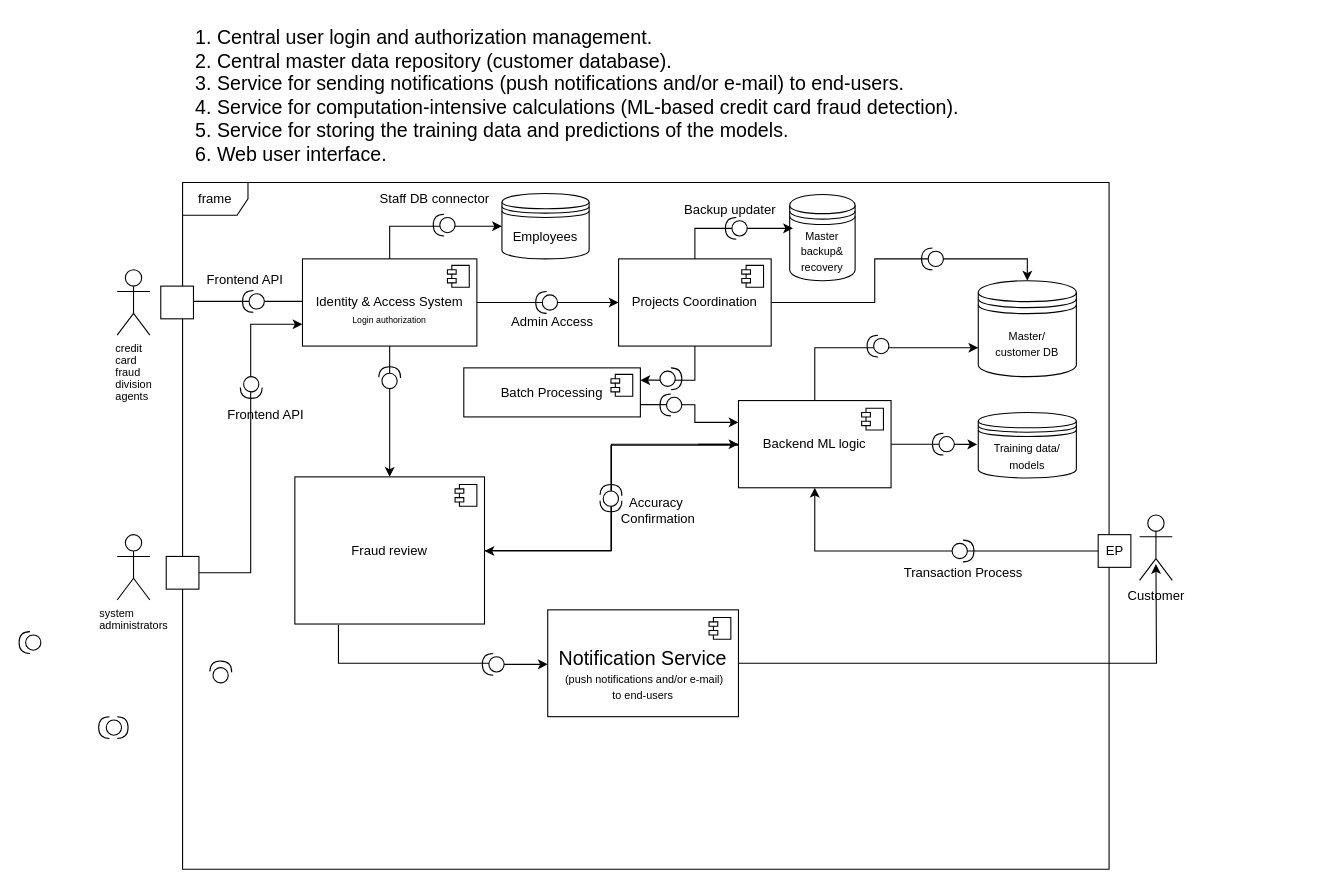
midani-47/midani-47 keeps this draw.io diagram as gifs/Untitled Diagram.drawio. Above is the earlier version. Source tidied: cells renumbered, new cells numbered last; positions are measured from the earlier drawing's top-left corner, leaving out a move shared by most shapes. Both pictures are drawn from the tidied source at 109%, with x=0, y=0 at pixel (19, 19).
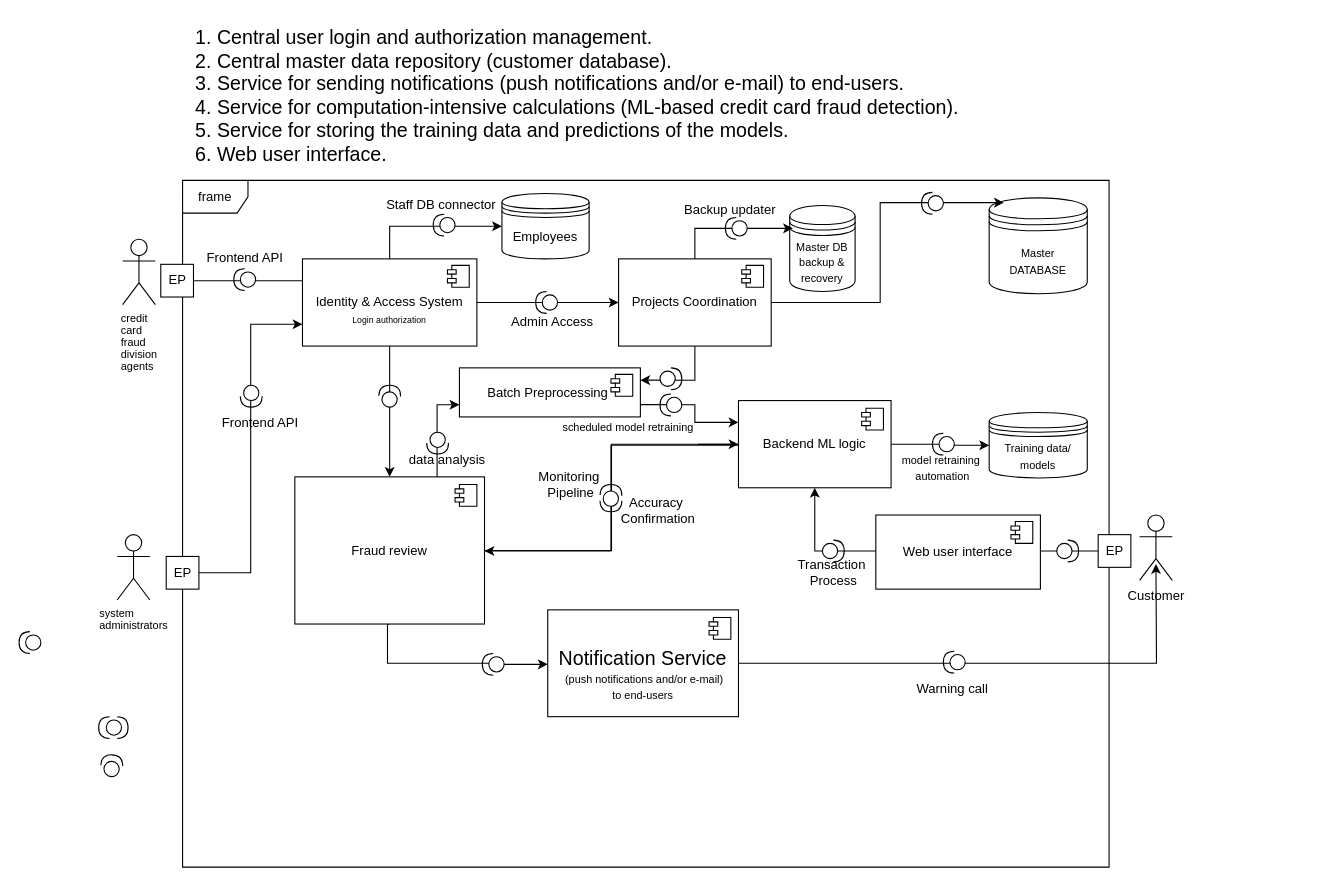
After the change.

The change refers to these unchanged cells:
```xml
<mxCell id="17" value="Fraud review" style="html=1;whiteSpace=wrap;" parent="1" vertex="1">
  <mxGeometry x="253" y="420" width="174" height="135" as="geometry" />
</mxCell>
<mxCell id="25" value="Backend ML logic" style="html=1;whiteSpace=wrap;" parent="1" vertex="1">
  <mxGeometry x="660" y="350" width="140" height="80" as="geometry" />
</mxCell>
<mxCell id="31" value="&lt;span style=&quot;text-align: left;&quot;&gt;&lt;font style=&quot;&quot;&gt;&lt;font style=&quot;font-size: 18px;&quot;&gt;&lt;br&gt;&lt;/font&gt;&lt;/font&gt;&lt;/span&gt;&lt;div&gt;&lt;span style=&quot;text-align: left;&quot;&gt;&lt;font style=&quot;&quot;&gt;&lt;font style=&quot;font-size: 18px;&quot;&gt;Notification Service&lt;/font&gt;&lt;br&gt;&lt;span style=&quot;font-size: 10px;&quot;&gt;&amp;nbsp;(push notifications and/or e-mail) &lt;/span&gt;&lt;br&gt;&lt;span style=&quot;font-size: 10px;&quot;&gt;to end-users&lt;/span&gt;&lt;/font&gt;&lt;/span&gt;&lt;/div&gt;" style="html=1;whiteSpace=wrap;" parent="1" vertex="1">
  <mxGeometry x="485" y="542" width="175" height="98" as="geometry" />
</mxCell>
<mxCell id="44" style="group;" parent="1" vertex="1">
  <mxGeometry x="532.7" y="426.7" width="20.7" height="25.3" as="geometry" />
</mxCell>
<mxCell id="54" value="&lt;div&gt;&lt;font style=&quot;font-size: 12px;&quot;&gt;&lt;br&gt;&lt;/font&gt;&lt;/div&gt;&lt;div&gt;&lt;div&gt;Projects Coordination&lt;/div&gt;&lt;div&gt;&lt;br&gt;&lt;/div&gt;&lt;/div&gt;" style="html=1;whiteSpace=wrap;" parent="1" vertex="1">
  <mxGeometry x="550" y="220" width="140" height="80" as="geometry" />
</mxCell>
```

The edit, as a diff of the source:
```diff
@@
-<mxGraphModel>
+<mxGraphModel background="light-dark(#FFFFFF,#1A1A1A)">
@@
     <mxCell id="4" value="frame" style="shape=umlFrame;whiteSpace=wrap;html=1;" parent="1" vertex="1">
-      <mxGeometry x="150" y="150" width="850" height="630" as="geometry" />
+      <mxGeometry x="150" y="148" width="850" height="630" as="geometry" />
     </mxCell>
-    <mxCell id="5" style="html=1;rounded=0;" parent="1" vertex="1">
-      <mxGeometry x="130" y="245" width="30" height="30" as="geometry" />
+    <mxCell id="5" value="EP" style="html=1;rounded=0;" parent="1" vertex="1">
+      <mxGeometry x="130" y="225" width="30" height="30" as="geometry" />
     </mxCell>
     <mxCell id="6" style="endArrow=none;html=1;rounded=0;align=center;verticalAlign=top;endFill=0;labelBackgroundColor=none;endSize=2;" parent="1" edge="1">
       <mxGeometry relative="1" as="geometry">
-        <mxPoint x="160" y="259" as="sourcePoint" />
-        <mxPoint x="270" y="259" as="targetPoint" />
+        <mxPoint x="160" y="240" as="sourcePoint" />
+        <mxPoint x="270" y="240" as="targetPoint" />
       </mxGeometry>
     </mxCell>
@@
-    <mxCell id="8" style="html=1;rounded=0;" parent="1" vertex="1">
+    <mxCell id="8" value="EP" style="html=1;rounded=0;" parent="1" vertex="1">
       <mxGeometry x="135" y="493" width="30" height="30" as="geometry" />
     </mxCell>
     <mxCell id="9" value="&lt;p style=&quot;margin: 0px; font-variant-numeric: normal; font-variant-east-asian: normal; font-variant-alternates: normal; font-size-adjust: none; font-kerning: auto; font-optical-sizing: auto; font-feature-settings: normal; font-variation-settings: normal; font-variant-position: normal; font-variant-emoji: normal; font-stretch: normal; font-size: 10px; line-height: normal; text-align: start; text-wrap-mode: wrap;&quot; class=&quot;p1&quot;&gt;&lt;font style=&quot;color: light-dark(rgb(0, 0, 0), rgb(255, 255, 255));&quot;&gt;credit card fraud division agents&lt;/font&gt;&lt;/p&gt;" style="shape=umlActor;verticalLabelPosition=bottom;verticalAlign=top;html=1;" parent="1" vertex="1">
-      <mxGeometry x="90" y="230" width="30" height="60" as="geometry" />
+      <mxGeometry x="95" y="202" width="30" height="60" as="geometry" />
     </mxCell>
@@
-    <mxCell id="16" style="edgeStyle=orthogonalEdgeStyle;rounded=0;orthogonalLoop=1;jettySize=auto;html=1;" parent="1" edge="1">
+    <mxCell id="16" style="edgeStyle=orthogonalEdgeStyle;rounded=0;jettySize=auto;html=1;exitX=0.5;exitY=1;exitDx=0;exitDy=0;" parent="1" edge="1" source="17">
       <mxGeometry relative="1" as="geometry">
-        <mxPoint x="293" y="556" as="sourcePoint" />
         <mxPoint x="485" y="592" as="targetPoint" />
         <Array as="points">
-          <mxPoint x="293" y="591" />
+          <mxPoint x="338" y="555" />
+          <mxPoint x="338" y="591" />
           <mxPoint x="442" y="591" />
           <mxPoint x="442" y="592" />
         </Array>
       </mxGeometry>
     </mxCell>
+    <mxCell id="68" style="edgeStyle=orthogonalEdgeStyle;rounded=0;jettySize=auto;html=1;entryX=0;entryY=0.75;entryDx=0;entryDy=0;exitX=0.75;exitY=0;exitDx=0;exitDy=0;" parent="1" edge="1" source="17" target="61">
+      <mxGeometry relative="1" as="geometry" />
+    </mxCell>
@@
-    <mxCell id="20" style="shape=providedRequiredInterface;html=1;verticalLabelPosition=bottom;sketch=0;direction=south;rotation=90;" parent="1" vertex="1">
-      <mxGeometry x="205" y="249" width="20" height="20" as="geometry" />
+    <mxCell id="20" style="shape=providedRequiredInterface;html=1;verticalLabelPosition=bottom;direction=south;rotation=90;" parent="1" vertex="1">
+      <mxGeometry x="197" y="229" width="20" height="20" as="geometry" />
     </mxCell>
-    <mxCell id="21" style="shape=providedRequiredInterface;html=1;verticalLabelPosition=bottom;sketch=0;rotation=90;" parent="1" vertex="1">
-      <mxGeometry x="203" y="328" width="20" height="20" as="geometry" />
+    <mxCell id="21" style="shape=providedRequiredInterface;html=1;verticalLabelPosition=bottom;rotation=90;" parent="1" vertex="1">
+      <mxGeometry x="203" y="336" width="20" height="20" as="geometry" />
     </mxCell>
-    <mxCell id="22" style="shape=providedRequiredInterface;html=1;verticalLabelPosition=bottom;sketch=0;rotation=-180;" parent="1" vertex="1">
+    <mxCell id="22" style="shape=providedRequiredInterface;html=1;verticalLabelPosition=bottom;rotation=-180;" parent="1" vertex="1">
       <mxGeometry x="380" y="179" width="20" height="20" as="geometry" />
     </mxCell>
@@
-    <mxCell id="24" style="edgeStyle=orthogonalEdgeStyle;rounded=0;jettySize=auto;html=1;entryX=0;entryY=0.7;entryDx=0;entryDy=0;exitX=0.5;exitY=0;exitDx=0;exitDy=0;" parent="1" edge="1" source="25" target="28">
-      <mxGeometry relative="1" as="geometry" />
-    </mxCell>
@@
     <mxCell id="27" value="&lt;span style=&quot;font-size: 10px;&quot;&gt;Training data/ models&lt;/span&gt;" style="shape=datastore;whiteSpace=wrap;html=1;" parent="1" vertex="1">
-      <mxGeometry x="880" y="361" width="90" height="60" as="geometry" />
+      <mxGeometry x="890" y="361" width="90" height="60" as="geometry" />
     </mxCell>
-    <mxCell id="28" value="&lt;font style=&quot;font-size: 10px;&quot;&gt;Master/&lt;/font&gt;&lt;div&gt;&lt;font style=&quot;font-size: 10px;&quot;&gt;customer DB&lt;/font&gt;&lt;/div&gt;" style="shape=datastore;whiteSpace=wrap;html=1;" parent="1" vertex="1">
-      <mxGeometry x="880" y="240" width="90" height="88" as="geometry" />
+    <mxCell id="28" value="&lt;font style=&quot;font-size: 10px;&quot;&gt;Master&lt;/font&gt;&lt;div&gt;&lt;font style=&quot;font-size: 10px;&quot;&gt;DATABASE&lt;/font&gt;&lt;/div&gt;" style="shape=datastore;whiteSpace=wrap;html=1;" parent="1" vertex="1">
+      <mxGeometry x="890" y="164" width="90" height="88" as="geometry" />
     </mxCell>
-    <mxCell id="29" style="shape=providedRequiredInterface;html=1;verticalLabelPosition=bottom;sketch=0;rotation=-180;" parent="1" vertex="1">
-      <mxGeometry x="778" y="290" width="20" height="20" as="geometry" />
-    </mxCell>
-    <mxCell id="30" style="edgeStyle=orthogonalEdgeStyle;rounded=0;jettySize=auto;html=1;exitX=1;exitY=0.5;exitDx=0;exitDy=0;" parent="1" edge="1" source="31">
-      <mxGeometry relative="1" as="geometry">
-        <mxPoint x="1043" y="500" as="targetPoint" />
-      </mxGeometry>
-    </mxCell>
@@
-    <mxCell id="35" style="shape=providedRequiredInterface;html=1;verticalLabelPosition=bottom;sketch=0;" parent="1" vertex="1">
+    <mxCell id="35" style="shape=providedRequiredInterface;html=1;verticalLabelPosition=bottom;" parent="1" vertex="1">
       <mxGeometry x="80" y="640" width="20" height="20" as="geometry" />
     </mxCell>
-    <mxCell id="36" style="shape=requiredInterface;html=1;verticalLabelPosition=bottom;sketch=0;rotation=-180;" parent="1" vertex="1">
+    <mxCell id="36" style="shape=requiredInterface;html=1;verticalLabelPosition=bottom;rotation=-180;" parent="1" vertex="1">
       <mxGeometry x="73" y="640" width="10" height="20" as="geometry" />
     </mxCell>
@@
-    <mxCell id="38" value="Transaction Process" style="shape=providedRequiredInterface;html=1;verticalLabelPosition=bottom;sketch=0;" parent="1" vertex="1">
-      <mxGeometry x="856" y="478" width="20" height="20" as="geometry" />
+    <mxCell id="38" value="Transaction&amp;nbsp;&lt;div&gt;Process&lt;/div&gt;" style="shape=providedRequiredInterface;html=1;verticalLabelPosition=bottom;" parent="1" vertex="1">
+      <mxGeometry x="737" y="478" width="20" height="20" as="geometry" />
     </mxCell>
-    <mxCell id="39" style="shape=providedRequiredInterface;html=1;verticalLabelPosition=bottom;sketch=0;rotation=-180;" parent="1" vertex="1">
+    <mxCell id="39" style="shape=providedRequiredInterface;html=1;verticalLabelPosition=bottom;rotation=-180;" parent="1" vertex="1">
       <mxGeometry y="562" width="20" height="20" as="geometry" />
     </mxCell>
-    <mxCell id="40" style="shape=providedRequiredInterface;html=1;verticalLabelPosition=bottom;sketch=0;rotation=-180;" parent="1" vertex="1">
+    <mxCell id="40" style="shape=providedRequiredInterface;html=1;verticalLabelPosition=bottom;rotation=-180;" parent="1" vertex="1">
       <mxGeometry x="425" y="582" width="20" height="20" as="geometry" />
     </mxCell>
-    <mxCell id="41" style="edgeStyle=orthogonalEdgeStyle;rounded=0;jettySize=auto;html=1;entryX=0.385;entryY=0.486;entryDx=0;entryDy=0;entryPerimeter=0;exitX=1;exitY=0.5;exitDx=0;exitDy=0;" parent="1" edge="1" source="25">
-      <mxGeometry relative="1" as="geometry">
-        <mxPoint x="879.1" y="390.2" as="targetPoint" />
-      </mxGeometry>
+    <mxCell id="41" style="edgeStyle=orthogonalEdgeStyle;rounded=0;jettySize=auto;html=1;entryX=0;entryY=0.5;entryDx=0;entryDy=0;exitX=1;exitY=0.5;exitDx=0;exitDy=0;" parent="1" edge="1" source="25" target="27">
+      <mxGeometry relative="1" as="geometry" />
     </mxCell>
-    <mxCell id="42" style="shape=providedRequiredInterface;html=1;verticalLabelPosition=bottom;sketch=0;rotation=-180;" parent="1" vertex="1">
+    <mxCell id="42" style="shape=providedRequiredInterface;html=1;verticalLabelPosition=bottom;rotation=-180;" parent="1" vertex="1">
       <mxGeometry x="838" y="380" width="20" height="20" as="geometry" />
     </mxCell>
-    <mxCell id="43" style="shape=providedRequiredInterface;html=1;verticalLabelPosition=bottom;sketch=0;rotation=-88;" parent="1" vertex="1">
-      <mxGeometry x="330" y="319" width="20" height="20" as="geometry" />
+    <mxCell id="43" style="shape=providedRequiredInterface;html=1;verticalLabelPosition=bottom;rotation=-88;" parent="1" vertex="1">
+      <mxGeometry x="330" y="336" width="20" height="20" as="geometry" />
     </mxCell>
@@
-    <mxCell id="45" style="shape=requiredInterface;html=1;verticalLabelPosition=bottom;sketch=0;rotation=90;" parent="44" vertex="1">
+    <mxCell id="45" style="shape=requiredInterface;html=1;verticalLabelPosition=bottom;rotation=90;" parent="44" vertex="1">
       <mxGeometry x="5.3" y="10.3" width="10" height="20" as="geometry" />
     </mxCell>
-    <mxCell id="46" style="shape=providedRequiredInterface;html=1;verticalLabelPosition=bottom;sketch=0;rotation=-88;" parent="44" vertex="1">
+    <mxCell id="46" style="shape=providedRequiredInterface;html=1;verticalLabelPosition=bottom;rotation=-88;" parent="44" vertex="1">
       <mxGeometry x="0.3" y="0.3" width="20" height="20" as="geometry" />
     </mxCell>
     <mxCell id="47" value="Frontend API" style="text;html=1;align=center;verticalAlign=middle;strokeColor=none;fillColor=none;" parent="1" vertex="1">
-      <mxGeometry x="181" y="348" width="90" height="30" as="geometry" />
+      <mxGeometry x="176" y="356" width="90" height="30" as="geometry" />
     </mxCell>
     <mxCell id="48" value="Frontend API" style="text;html=1;align=center;verticalAlign=middle;strokeColor=none;fillColor=none;" parent="1" vertex="1">
-      <mxGeometry x="162" y="225" width="90" height="30" as="geometry" />
+      <mxGeometry x="162" y="204" width="90" height="30" as="geometry" />
     </mxCell>
     <mxCell id="49" value="Staff DB connector" style="text;html=1;align=center;verticalAlign=middle;strokeColor=none;fillColor=none;" parent="1" vertex="1">
-      <mxGeometry x="321" y="150" width="120" height="30" as="geometry" />
+      <mxGeometry x="327" y="156" width="120" height="30" as="geometry" />
     </mxCell>
-    <mxCell id="50" style="shape=providedRequiredInterface;html=1;verticalLabelPosition=bottom;sketch=0;rotation=-88;" parent="1" vertex="1">
-      <mxGeometry x="175" y="589" width="20" height="20" as="geometry" />
+    <mxCell id="50" style="shape=providedRequiredInterface;html=1;verticalLabelPosition=bottom;rotation=-88;" parent="1" vertex="1">
+      <mxGeometry x="75" y="675" width="20" height="20" as="geometry" />
     </mxCell>
@@
-    <mxCell id="52" style="edgeStyle=orthogonalEdgeStyle;rounded=0;jettySize=auto;html=1;entryX=0.5;entryY=0;entryDx=0;entryDy=0;" parent="1" edge="1" source="54" target="28">
+    <mxCell id="52" style="edgeStyle=orthogonalEdgeStyle;rounded=0;jettySize=auto;html=1;entryX=0.15;entryY=0.05;entryDx=0;entryDy=0;entryPerimeter=0;" parent="1" edge="1" source="54" target="28">
       <mxGeometry relative="1" as="geometry" />
     </mxCell>
@@
-    <mxCell id="56" style="shape=providedRequiredInterface;html=1;verticalLabelPosition=bottom;sketch=0;rotation=-180;" parent="1" vertex="1">
+    <mxCell id="56" style="shape=providedRequiredInterface;html=1;verticalLabelPosition=bottom;rotation=-180;" parent="1" vertex="1">
       <mxGeometry x="474" y="250" width="20" height="20" as="geometry" />
     </mxCell>
@@
-    <mxCell id="58" value="&lt;font style=&quot;font-size: 10px;&quot;&gt;Master&lt;/font&gt;&lt;div&gt;&lt;span style=&quot;font-size: 10px;&quot;&gt;backup&amp;amp;&lt;br&gt;recovery&lt;/span&gt;&lt;/div&gt;" style="shape=datastore;whiteSpace=wrap;html=1;" parent="1" vertex="1">
-      <mxGeometry x="707" y="161" width="60" height="79" as="geometry" />
+    <mxCell id="58" value="&lt;font style=&quot;font-size: 10px;&quot;&gt;Master DB&lt;/font&gt;&lt;div&gt;&lt;span style=&quot;font-size: 10px;&quot;&gt;backup &amp;amp;&lt;br&gt;recovery&lt;/span&gt;&lt;/div&gt;" style="shape=datastore;whiteSpace=wrap;html=1;" parent="1" vertex="1">
+      <mxGeometry x="707" y="171" width="60" height="79" as="geometry" />
     </mxCell>
@@
-    <mxCell id="61" value="Batch Processing" style="html=1;whiteSpace=wrap;" parent="1" vertex="1">
-      <mxGeometry x="408" y="320" width="162" height="45" as="geometry" />
+    <mxCell id="61" value="Batch Preprocessing&amp;nbsp;" style="html=1;whiteSpace=wrap;" parent="1" vertex="1">
+      <mxGeometry x="404" y="320" width="166" height="45" as="geometry" />
     </mxCell>
@@
-    <mxCell id="63" style="shape=providedRequiredInterface;html=1;verticalLabelPosition=bottom;sketch=0;rotation=-180;" parent="1" vertex="1">
-      <mxGeometry x="828" y="210" width="20" height="20" as="geometry" />
+    <mxCell id="63" style="shape=providedRequiredInterface;html=1;verticalLabelPosition=bottom;rotation=-180;" parent="1" vertex="1">
+      <mxGeometry x="828" y="159" width="20" height="20" as="geometry" />
     </mxCell>
-    <mxCell id="64" style="shape=providedRequiredInterface;html=1;verticalLabelPosition=bottom;sketch=0;rotation=-180;" parent="1" vertex="1">
+    <mxCell id="64" style="shape=providedRequiredInterface;html=1;verticalLabelPosition=bottom;rotation=-180;" parent="1" vertex="1">
       <mxGeometry x="648" y="182" width="20" height="20" as="geometry" />
     </mxCell>
-    <mxCell id="65" style="shape=providedRequiredInterface;html=1;verticalLabelPosition=bottom;sketch=0;rotation=-180;" parent="1" vertex="1">
+    <mxCell id="65" style="shape=providedRequiredInterface;html=1;verticalLabelPosition=bottom;rotation=-180;" parent="1" vertex="1">
       <mxGeometry x="588" y="344" width="20" height="20" as="geometry" />
     </mxCell>
-    <mxCell id="66" style="shape=providedRequiredInterface;html=1;verticalLabelPosition=bottom;sketch=0;rotation=0;" parent="1" vertex="1">
+    <mxCell id="66" style="shape=providedRequiredInterface;html=1;verticalLabelPosition=bottom;rotation=0;" parent="1" vertex="1">
       <mxGeometry x="588" y="320" width="20" height="20" as="geometry" />
     </mxCell>
@@
+    <mxCell id="69" value="&lt;font style=&quot;font-size: 10px;&quot;&gt;scheduled model retraining&lt;/font&gt;" style="text;whiteSpace=wrap;html=1;" parent="1" vertex="1">
+      <mxGeometry x="497" y="360" width="125" height="36" as="geometry" />
+    </mxCell>
+    <mxCell id="70" value="data analysis" style="text;whiteSpace=wrap;html=1;" parent="1" vertex="1">
+      <mxGeometry x="356" y="390.6" width="80" height="36" as="geometry" />
+    </mxCell>
+    <mxCell id="71" style="shape=providedRequiredInterface;html=1;verticalLabelPosition=bottom;rotation=90;" parent="1" vertex="1">
+      <mxGeometry x="374" y="379" width="20" height="20" as="geometry" />
+    </mxCell>
+    <mxCell id="72" value="Monitoring&amp;nbsp;&lt;br&gt;Pipeline" style="text;html=1;align=center;verticalAlign=middle;strokeColor=none;fillColor=none;" parent="1" vertex="1">
+      <mxGeometry x="467" y="406.5" width="77" height="41" as="geometry" />
+    </mxCell>
+    <mxCell id="30" style="edgeStyle=orthogonalEdgeStyle;rounded=0;jettySize=auto;html=1;exitX=1;exitY=0.5;exitDx=0;exitDy=0;" parent="1" edge="1" source="31">
+      <mxGeometry relative="1" as="geometry">
+        <mxPoint x="1043" y="500" as="targetPoint" />
+      </mxGeometry>
+    </mxCell>
+    <mxCell id="29" style="shape=providedRequiredInterface;html=1;verticalLabelPosition=bottom;rotation=-180;" parent="1" vertex="1">
+      <mxGeometry x="848" y="580" width="20" height="20" as="geometry" />
+    </mxCell>
+    <mxCell id="73" value="Warning call" style="text;html=1;align=center;verticalAlign=middle;strokeColor=none;fillColor=none;" parent="1" vertex="1">
+      <mxGeometry x="814" y="601.5" width="84" height="26" as="geometry" />
+    </mxCell>
+    <mxCell id="74" value="&lt;font style=&quot;font-size: 10px;&quot;&gt;model retraining&amp;nbsp;&lt;/font&gt;&lt;div&gt;&lt;font style=&quot;font-size: 10px;&quot;&gt;automation&lt;/font&gt;&lt;/div&gt;" style="text;whiteSpace=wrap;html=1;align=center;" parent="1" vertex="1">
+      <mxGeometry x="795" y="391.3" width="105.2" height="21.4" as="geometry" />
+    </mxCell>
+    <mxCell id="75" value="Web user interface" style="html=1;whiteSpace=wrap;" parent="1" vertex="1">
+      <mxGeometry x="786" y="455" width="151" height="68" as="geometry" />
+    </mxCell>
+    <mxCell id="76" style="shape=module;jettyWidth=8;jettyHeight=4;" parent="75" vertex="1">
+      <mxGeometry x="1" width="20" height="20" relative="1" as="geometry">
+        <mxPoint x="-27" y="6" as="offset" />
+      </mxGeometry>
+    </mxCell>
+    <mxCell id="77" style="shape=providedRequiredInterface;html=1;verticalLabelPosition=bottom;rotation=0;" parent="1" vertex="1">
+      <mxGeometry x="952" y="478" width="20" height="20" as="geometry" />
+    </mxCell>
```
